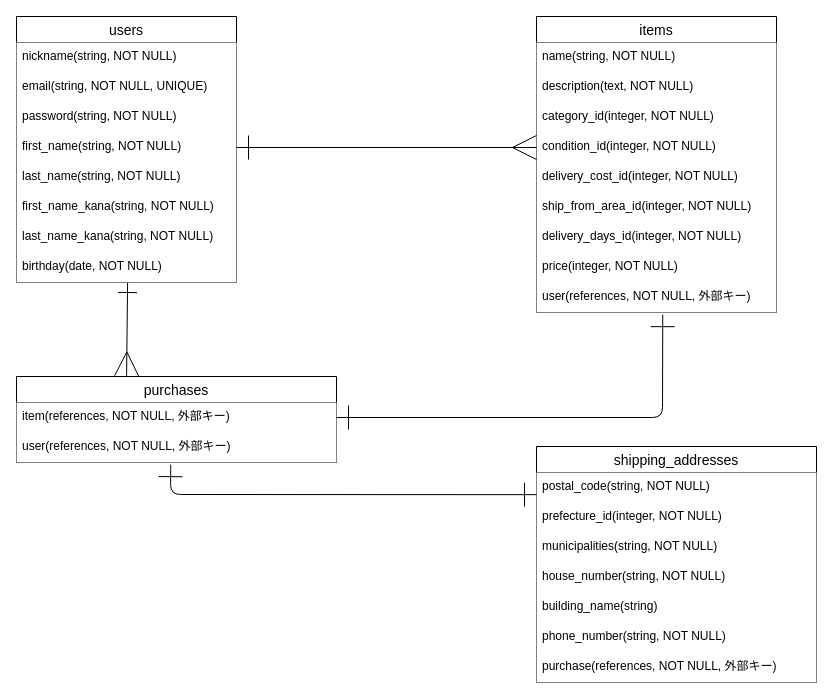
The draw.io diagram ER-furima.dio in iguanakun/furima-39961, before the edit. Source tidied: cells renumbered, new cells numbered last; positions are measured from the earlier drawing's top-left corner, leaving out a move shared by most shapes. Both pictures are drawn from the tidied source at 100%, with x=0, y=0 at pixel (16, 16).
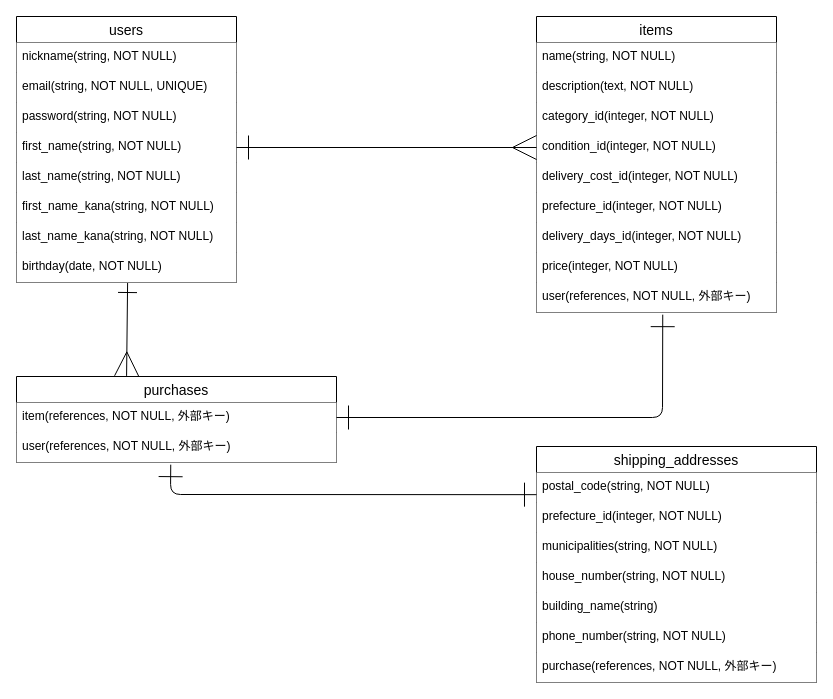
Above is the later version.

Commit message (it also covers changes not shown here):
レビュー後修正(prefecture_id)

The change refers to these unchanged cells:
```xml
<mxCell id="11" value="items" style="swimlane;fontStyle=0;horizontal=1;startSize=26;align=center;fontSize=14;" parent="1" vertex="1">
  <mxGeometry x="520" width="240" height="296" as="geometry" />
</mxCell>
```

Diff of the diagram source:
```diff
@@
-    <mxCell id="17" value="ship_from_area_id(integer, NOT NULL)" style="text;strokeColor=none;fillColor=default;spacingLeft=4;spacingRight=4;overflow=hidden;fontSize=12;" parent="11" vertex="1">
+    <mxCell id="17" value="prefecture_id(integer, NOT NULL)" style="text;strokeColor=none;fillColor=default;spacingLeft=4;spacingRight=4;overflow=hidden;fontSize=12;" parent="11" vertex="1">
       <mxGeometry y="176" width="240" height="30" as="geometry" />
     </mxCell>
```
